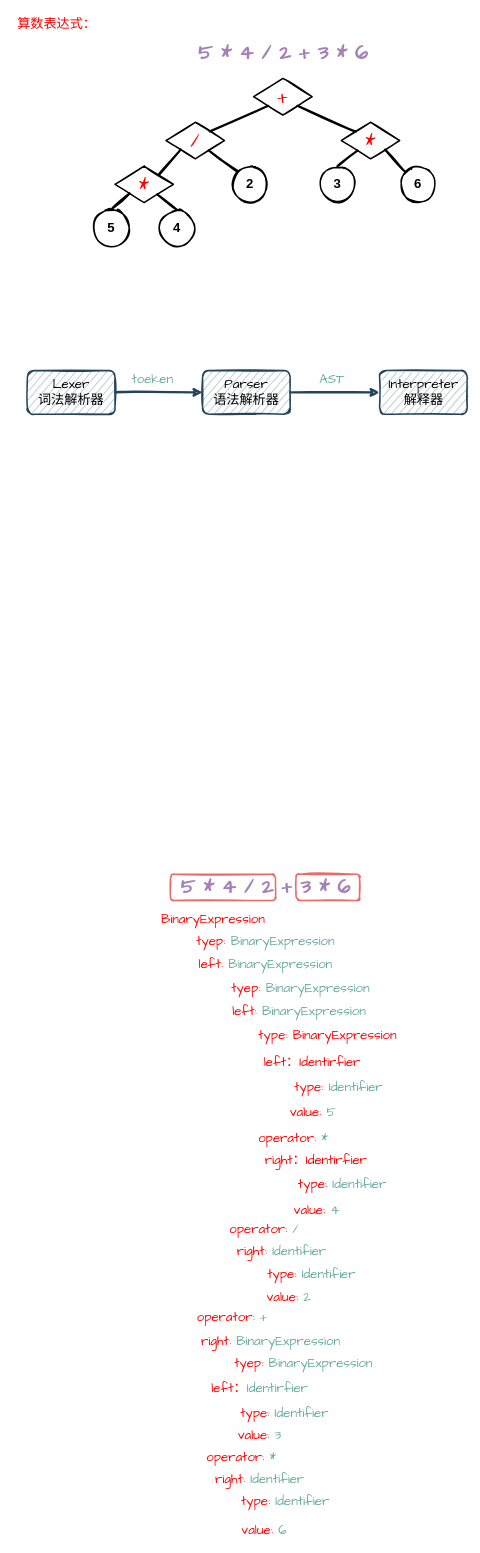
The draw.io diagram AST.drawio in C-wx/MindManager, before the edit. Source tidied: cells renumbered, new cells numbered last; positions are measured from the earlier drawing's top-left corner, leaving out a move shared by most shapes. Both pictures are drawn from the tidied source at 73%, with x=0, y=0 at pixel (12, 12).
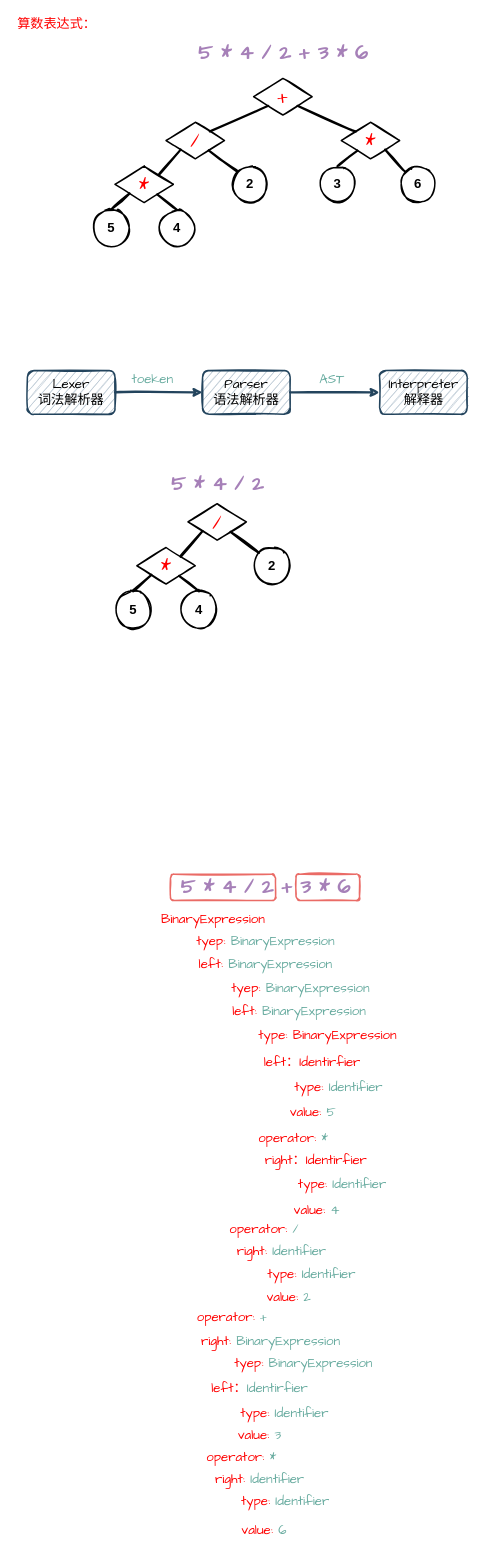
Above is the later version.

What changed in the source:
```diff
@@
+    <mxCell id="68" style="group;" parent="1" vertex="1">
+      <mxGeometry x="140" y="672.5" width="240" height="170" as="geometry" />
+    </mxCell>
+    <mxCell id="69" value="2" style="ellipse;whiteSpace=wrap;html=1;strokeWidth=2;fontSize=18;fontStyle=1;sketch=1;" parent="68" vertex="1">
+      <mxGeometry x="190" y="60" width="50" height="50" as="geometry" />
+    </mxCell>
+    <mxCell id="70" value="4" style="ellipse;whiteSpace=wrap;html=1;strokeWidth=2;fontSize=18;fontStyle=1;sketch=1;" parent="68" vertex="1">
+      <mxGeometry x="90" y="120" width="50" height="50" as="geometry" />
+    </mxCell>
+    <mxCell id="71" value="5" style="ellipse;whiteSpace=wrap;html=1;strokeWidth=2;fontSize=18;fontStyle=1;sketch=1;" parent="68" vertex="1">
+      <mxGeometry y="120" width="50" height="50" as="geometry" />
+    </mxCell>
+    <mxCell id="72" value="*" style="rhombus;whiteSpace=wrap;html=1;fontFamily=Comic Sans MS;fontSize=28;fontColor=#FF0000;strokeWidth=2;sketch=1;" parent="68" vertex="1">
+      <mxGeometry x="30" y="60" width="80" height="50" as="geometry" />
+    </mxCell>
+    <mxCell id="73" style="edgeStyle=none;curved=1;jettySize=auto;html=1;exitX=0.5;exitY=0;exitDx=0;exitDy=0;fontFamily=Comic Sans MS;fontSize=28;fontColor=#A680B8;endArrow=none;endFill=0;strokeWidth=3;sketch=1;" parent="68" edge="1" source="70" target="72">
+      <mxGeometry relative="1" as="geometry" />
+    </mxCell>
+    <mxCell id="74" style="jettySize=auto;html=1;exitX=0.5;exitY=0;exitDx=0;exitDy=0;entryX=0;entryY=1;entryDx=0;entryDy=0;fontFamily=Comic Sans MS;fontSize=28;fontColor=#A680B8;endArrow=none;endFill=0;curved=1;strokeWidth=3;sketch=1;" parent="68" edge="1" source="71" target="72">
+      <mxGeometry relative="1" as="geometry" />
+    </mxCell>
+    <mxCell id="75" value="/" style="rhombus;whiteSpace=wrap;html=1;fontFamily=Comic Sans MS;fontSize=28;fontColor=#FF0000;strokeWidth=2;sketch=1;" parent="68" vertex="1">
+      <mxGeometry x="100" width="80" height="50" as="geometry" />
+    </mxCell>
+    <mxCell id="76" style="edgeStyle=none;curved=1;jettySize=auto;html=1;exitX=0;exitY=0;exitDx=0;exitDy=0;fontFamily=Comic Sans MS;fontSize=28;fontColor=#A680B8;endArrow=none;endFill=0;strokeWidth=3;sketch=1;" parent="68" edge="1" source="69" target="75">
+      <mxGeometry relative="1" as="geometry" />
+    </mxCell>
+    <mxCell id="77" style="edgeStyle=none;curved=1;jettySize=auto;html=1;exitX=1;exitY=0;exitDx=0;exitDy=0;entryX=0;entryY=1;entryDx=0;entryDy=0;fontFamily=Comic Sans MS;fontSize=28;fontColor=#A680B8;endArrow=none;endFill=0;strokeWidth=3;sketch=1;" parent="68" edge="1" source="72" target="75">
+      <mxGeometry relative="1" as="geometry" />
+    </mxCell>
+    <mxCell id="78" value="&lt;b style=&quot;color: rgb(166, 128, 184);&quot;&gt;&lt;font style=&quot;font-size: 28px;&quot; face=&quot;Comic Sans MS&quot;&gt;5 * 4 / 2&lt;/font&gt;&lt;/b&gt;" style="text;html=1;align=center;verticalAlign=middle;strokeColor=none;fillColor=none;" parent="1" vertex="1">
+      <mxGeometry x="210" y="630" width="140" height="30" as="geometry" />
+    </mxCell>
```
